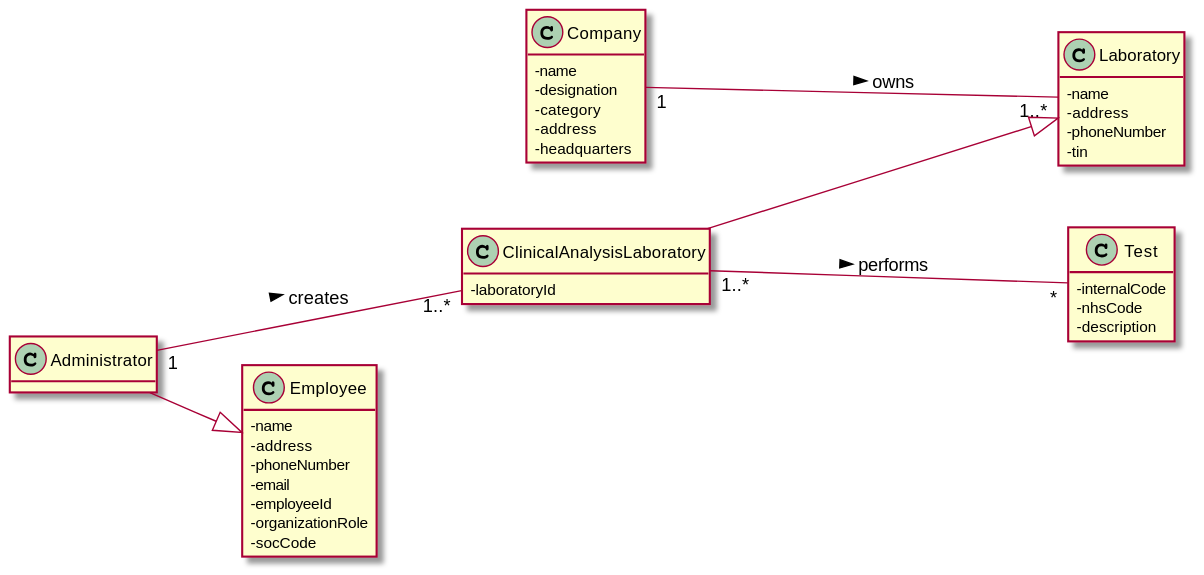
manu-07-ela/LAPR2_ISEP keeps this PlantUML diagram as docs/SprintB/US08/US08_MD.svg. Above is the earlier version.
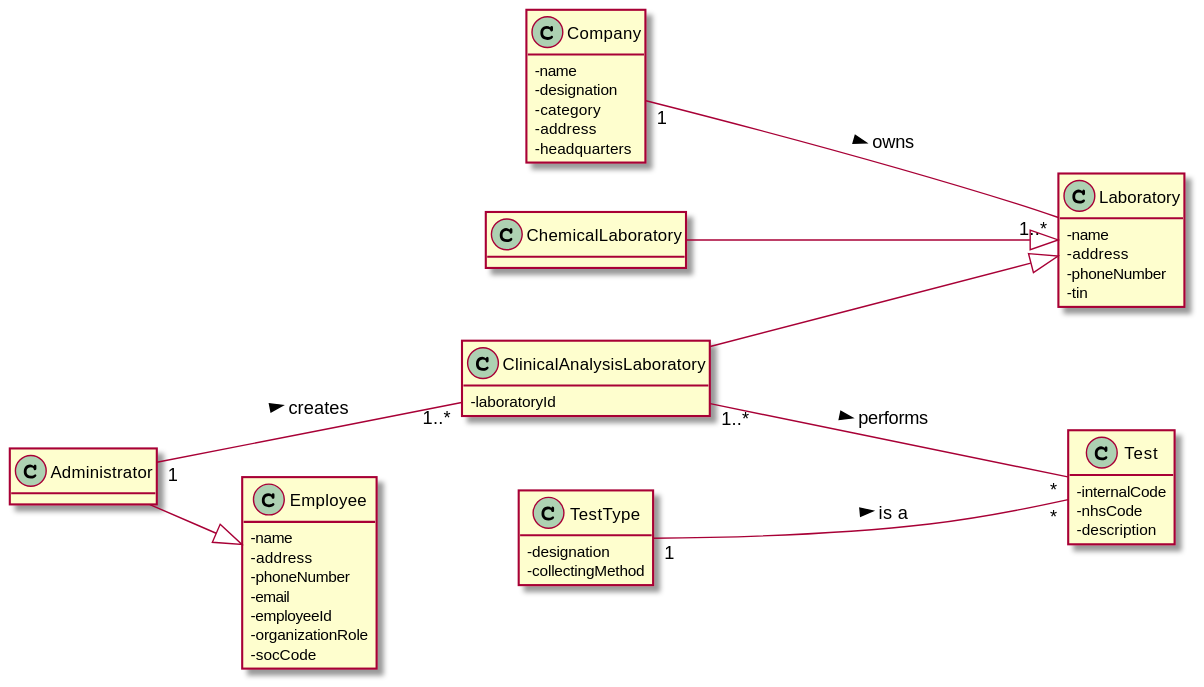
The same file after the commit.

Change to the diagram source:
```diff
@@ -39,6 +39,14 @@
   -socCode
 }
 
+class TestType{
+-designation
+-collectingMethod
+}
+
+class ChemicalLaboratory{
+
+}
 
 class Administrator {
 
@@ -47,8 +55,10 @@
 Company "1"---- "1..*" Laboratory : owns >
 ClinicalAnalysisLaboratory ----|> Laboratory
 ClinicalAnalysisLaboratory "1..*"----"*" Test : performs >
+TestType "1"----"*" Test : is a >
 Administrator "1"---"1..*"ClinicalAnalysisLaboratory : creates >
 Administrator --|> Employee
+ChemicalLaboratory ----|> Laboratory
 
 
 
```
